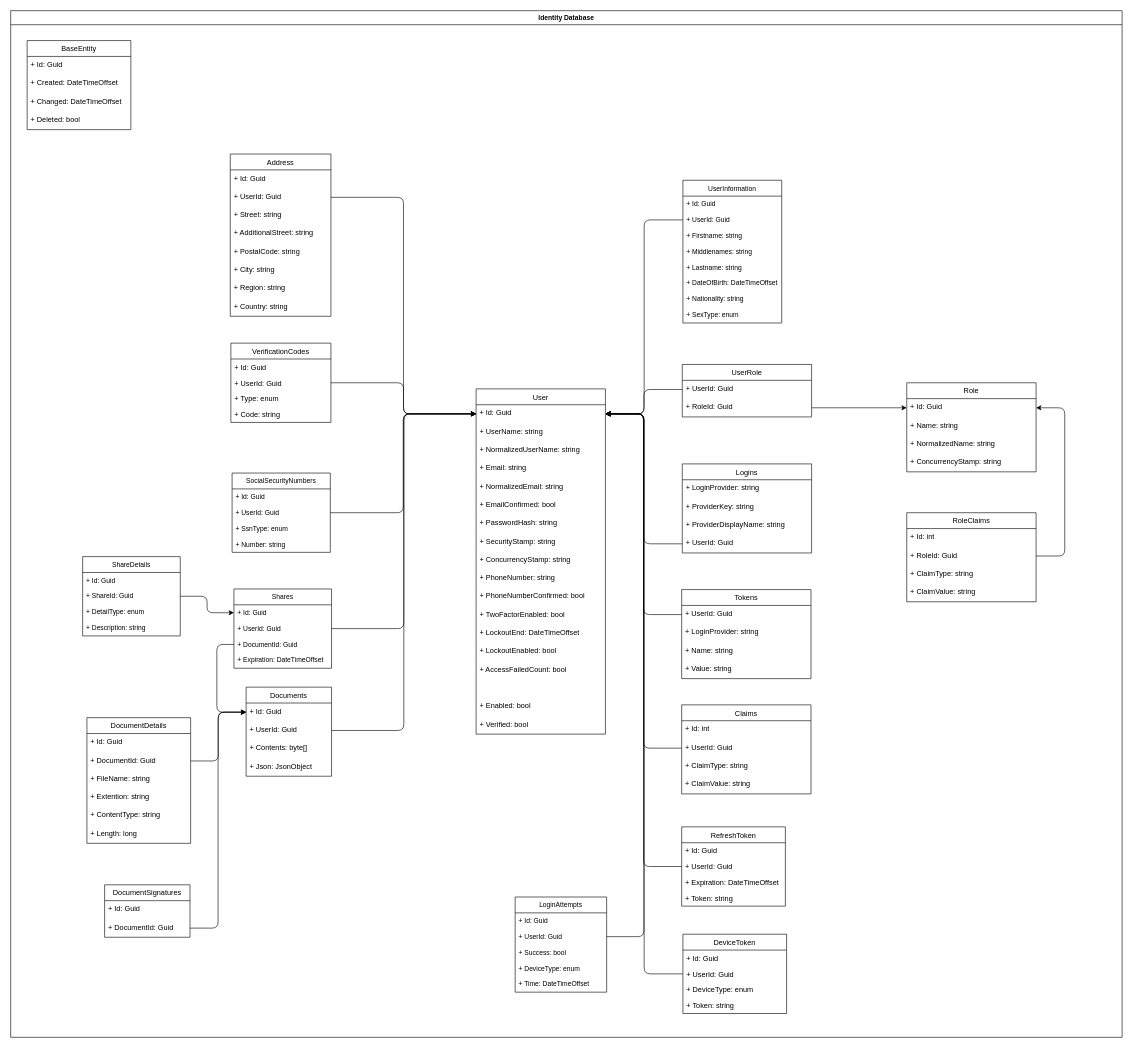
This is page "Identity Database" (2 of 2) of FileShare.drawio from ToxicK1dd/FileShare, a draw.io file, before an edit. Source tidied: cells renumbered, new cells numbered last; positions are measured from the earlier drawing's top-left corner, leaving out a move shared by most shapes. Both pictures are drawn from the tidied source at 61%, with x=0, y=0 at pixel (10, 10).
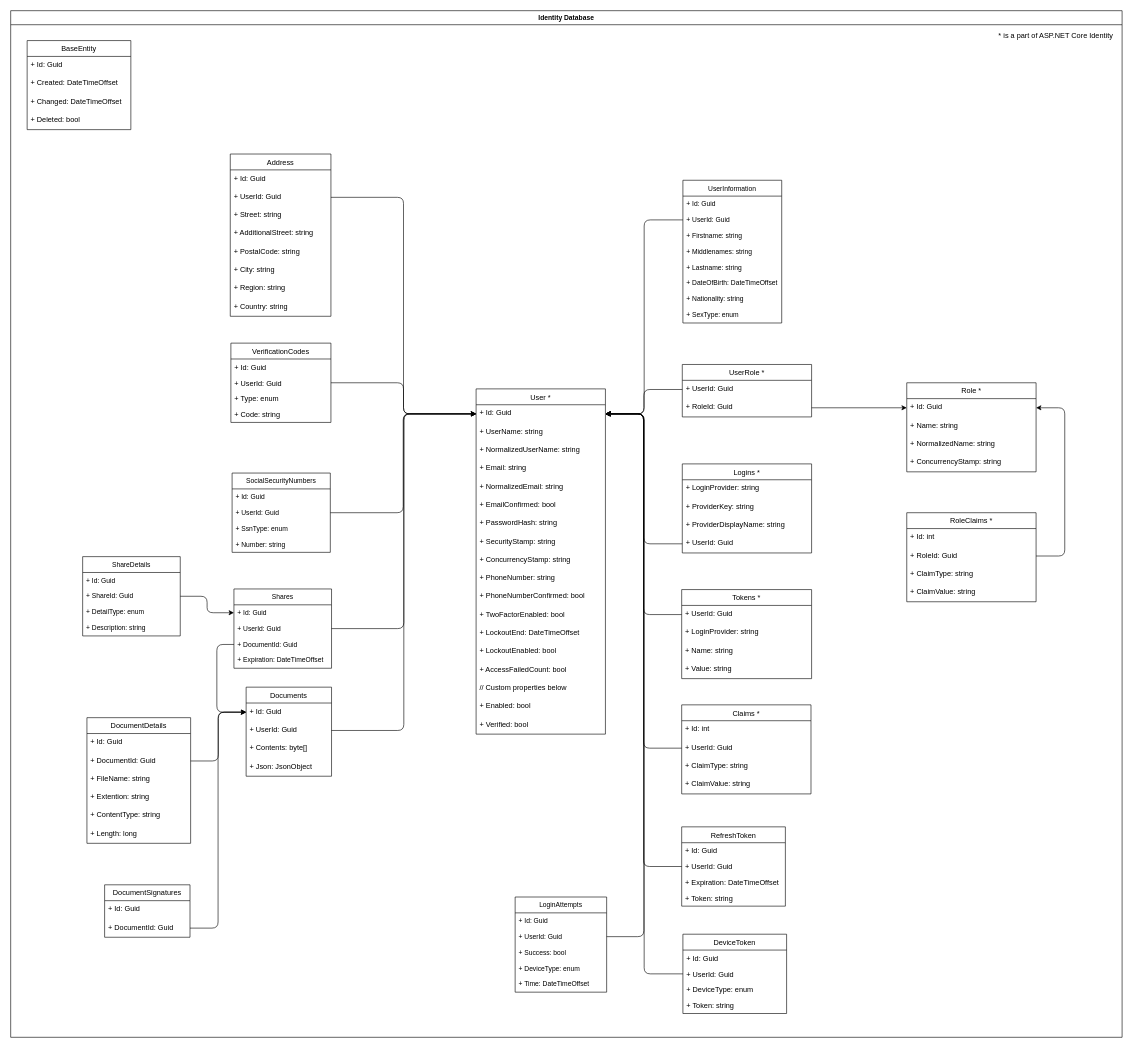
The same diagram, later.

The change refers to these unchanged cells:
```xml
<mxCell id="2" value="Identity Database" style="swimlane;labelBackgroundColor=none;fontSize=11;startSize=23;" parent="1" vertex="1">
  <mxGeometry width="1822" height="1683" as="geometry" />
</mxCell>
```

Diff of the diagram source:
```diff
@@
-    <mxCell id="3" value="User" style="swimlane;fontStyle=0;horizontal=1;startSize=26;fillColor=none;" parent="2" vertex="1">
+    <mxCell id="3" value="User *" style="swimlane;fontStyle=0;horizontal=1;startSize=26;fillColor=none;" parent="2" vertex="1">
       <mxGeometry x="763" y="620" width="212" height="566" as="geometry" />
     </mxCell>
@@
-    <mxCell id="19" value="    " style="text;strokeColor=none;fillColor=none;align=left;verticalAlign=top;spacingLeft=4;spacingRight=4;overflow=hidden;" parent="3" vertex="1">
+    <mxCell id="19" value="// Custom properties below" style="text;strokeColor=none;fillColor=none;align=left;verticalAlign=top;spacingLeft=4;spacingRight=4;overflow=hidden;" parent="3" vertex="1">
       <mxGeometry y="476" width="212" height="30" as="geometry" />
     </mxCell>
-    <mxCell id="20" value="+ Enabled: bool" style="text;strokeColor=none;fillColor=none;align=left;verticalAlign=top;spacingLeft=4;spacingRight=4;overflow=hidden;" parent="3" vertex="1">
+    <mxCell id="20" value="+ Enabled: bool " style="text;strokeColor=none;fillColor=none;align=left;verticalAlign=top;spacingLeft=4;spacingRight=4;overflow=hidden;" parent="3" vertex="1">
       <mxGeometry y="506" width="212" height="30" as="geometry" />
     </mxCell>
@@
-    <mxCell id="101" value="UserRole" style="swimlane;fontStyle=0;horizontal=1;startSize=26;fillColor=none;" parent="2" vertex="1">
+    <mxCell id="101" value="UserRole *" style="swimlane;fontStyle=0;horizontal=1;startSize=26;fillColor=none;" parent="2" vertex="1">
       <mxGeometry x="1101" y="580" width="212" height="86" as="geometry" />
     </mxCell>
@@
-    <mxCell id="104" value="Logins" style="swimlane;fontStyle=0;horizontal=1;startSize=26;fillColor=none;" parent="2" vertex="1">
+    <mxCell id="104" value="Logins *" style="swimlane;fontStyle=0;horizontal=1;startSize=26;fillColor=none;" parent="2" vertex="1">
       <mxGeometry x="1101" y="743" width="212" height="146" as="geometry" />
     </mxCell>
@@
-    <mxCell id="109" value="Claims" style="swimlane;fontStyle=0;horizontal=1;startSize=26;fillColor=none;" parent="2" vertex="1">
+    <mxCell id="109" value="Claims *" style="swimlane;fontStyle=0;horizontal=1;startSize=26;fillColor=none;" parent="2" vertex="1">
       <mxGeometry x="1100" y="1138" width="212" height="146" as="geometry" />
     </mxCell>
@@
-    <mxCell id="114" value="Tokens" style="swimlane;fontStyle=0;horizontal=1;startSize=26;fillColor=none;" parent="2" vertex="1">
-      <mxGeometry x="1100" y="949" width="212" height="146" as="geometry" />
+    <mxCell id="114" value="Tokens *" style="swimlane;fontStyle=0;horizontal=1;startSize=26;fillColor=none;" parent="2" vertex="1">
+      <mxGeometry x="1100" y="949" width="213" height="146" as="geometry" />
     </mxCell>
     <mxCell id="115" value="+ UserId: Guid" style="text;strokeColor=none;fillColor=none;align=left;verticalAlign=top;spacingLeft=4;spacingRight=4;overflow=hidden;points=[[0,0.5],[1,0.5]];portConstraint=eastwest;" parent="114" vertex="1">
-      <mxGeometry y="26" width="212" height="30" as="geometry" />
+      <mxGeometry y="26" width="213" height="30" as="geometry" />
     </mxCell>
     <mxCell id="116" value="+ LoginProvider: string" style="text;strokeColor=none;fillColor=none;align=left;verticalAlign=top;spacingLeft=4;spacingRight=4;overflow=hidden;" parent="114" vertex="1">
-      <mxGeometry y="56" width="212" height="30" as="geometry" />
+      <mxGeometry y="56" width="213" height="30" as="geometry" />
     </mxCell>
     <mxCell id="117" value="+ Name: string" style="text;strokeColor=none;fillColor=none;align=left;verticalAlign=top;spacingLeft=4;spacingRight=4;overflow=hidden;" parent="114" vertex="1">
-      <mxGeometry y="86" width="212" height="30" as="geometry" />
+      <mxGeometry y="86" width="213" height="30" as="geometry" />
     </mxCell>
     <mxCell id="118" value="+ Value: string" style="text;strokeColor=none;fillColor=none;align=left;verticalAlign=top;spacingLeft=4;spacingRight=4;overflow=hidden;" parent="114" vertex="1">
-      <mxGeometry y="116" width="212" height="30" as="geometry" />
+      <mxGeometry y="116" width="213" height="30" as="geometry" />
     </mxCell>
@@
-    <mxCell id="129" value="Role" style="swimlane;fontStyle=0;horizontal=1;startSize=26;fillColor=none;" parent="2" vertex="1">
+    <mxCell id="129" value="Role *" style="swimlane;fontStyle=0;horizontal=1;startSize=26;fillColor=none;" parent="2" vertex="1">
       <mxGeometry x="1469" y="610" width="212" height="146" as="geometry" />
     </mxCell>
@@
-    <mxCell id="134" value="RoleClaims" style="swimlane;fontStyle=0;horizontal=1;startSize=26;fillColor=none;" parent="2" vertex="1">
+    <mxCell id="134" value="RoleClaims *" style="swimlane;fontStyle=0;horizontal=1;startSize=26;fillColor=none;" parent="2" vertex="1">
       <mxGeometry x="1469" y="823" width="212" height="146" as="geometry" />
     </mxCell>
@@
+    <mxCell id="143" value="* is a part of ASP.NET Core Identity" style="text;html=1;align=center;verticalAlign=middle;strokeColor=none;fillColor=none;" parent="2" vertex="1">
+      <mxGeometry x="1614" y="33" width="198" height="18" as="geometry" />
+    </mxCell>
```
